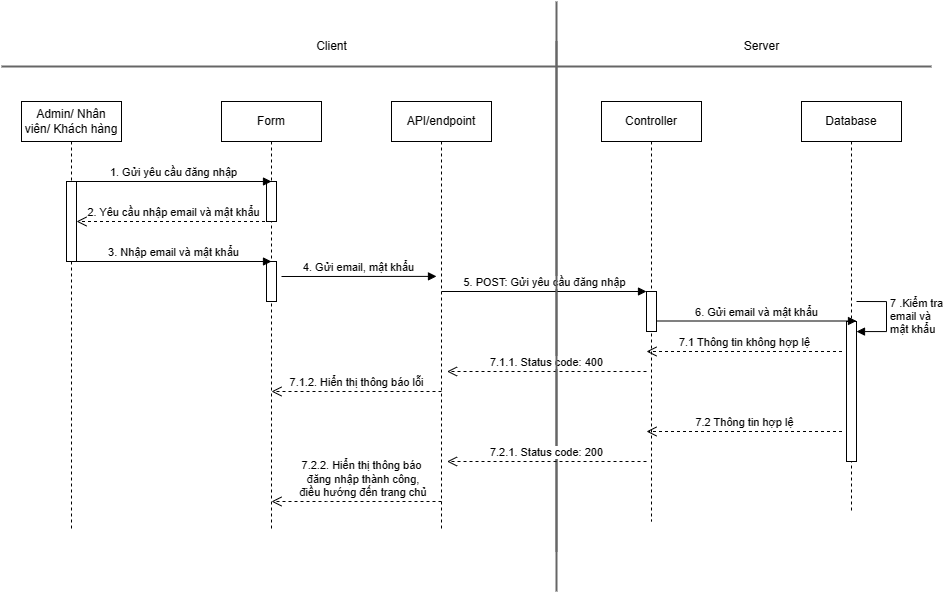
This is SD/imgs/SD_DANGNHAP.drawio.png from hieuNV0871/da, a draw.io export, as it was before one commit. Source tidied: cells renumbered, new cells last; positions are measured from the earlier drawing's top-left corner, leaving out a move shared by most shapes.
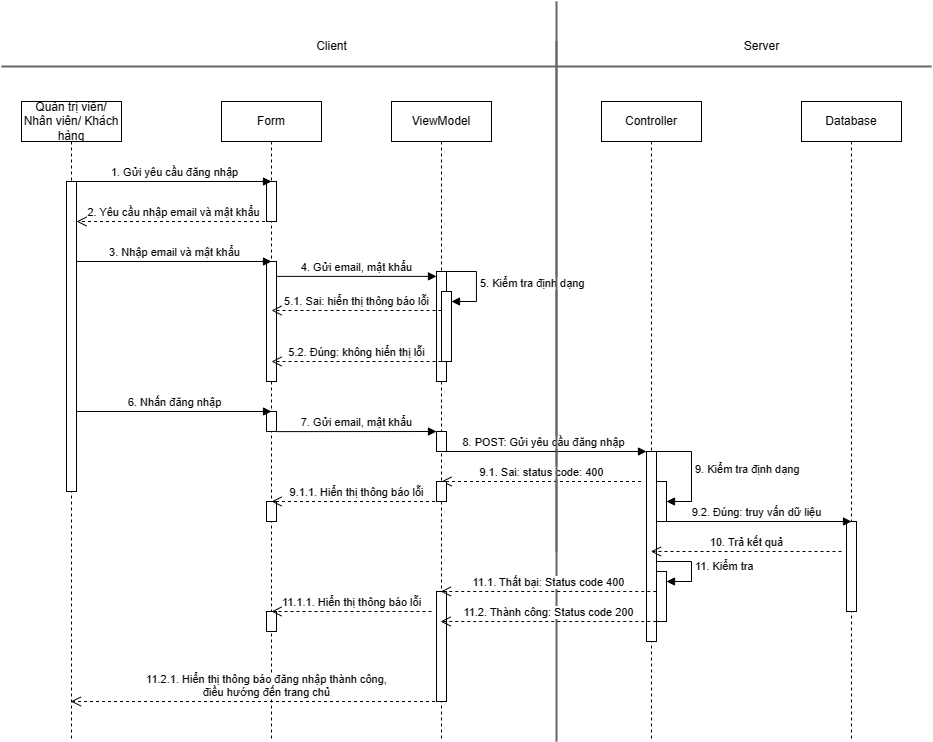
Above is the later version.

Change to the diagram source:
```diff
@@ -5,24 +5,59 @@
     <mxCell id="2" style="line;strokeWidth=2;direction=south;html=1;fillColor=#f5f5f5;fontColor=#333333;strokeColor=#666666;" parent="1" vertex="1">
       <mxGeometry x="550" width="10" height="550" as="geometry" />
     </mxCell>
-    <mxCell id="3" value="Admin/ Nhân viên/ Khách hàng" style="shape=umlLifeline;perimeter=lifelinePerimeter;whiteSpace=wrap;html=1;outlineConnect=0;portConstraint=eastwest;newEdgeStyle={&quot;curved&quot;:0,&quot;rounded&quot;:0};" parent="1" vertex="1">
-      <mxGeometry x="20" y="100" width="100" height="430" as="geometry" />
+    <mxCell id="3" value="Quản trị viên/ Nhân viên/ Khách hàng" style="shape=umlLifeline;perimeter=lifelinePerimeter;whiteSpace=wrap;html=1;outlineConnect=0;portConstraint=eastwest;newEdgeStyle={&quot;curved&quot;:0,&quot;rounded&quot;:0};" parent="1" vertex="1">
+      <mxGeometry x="20" y="100" width="100" height="640" as="geometry" />
     </mxCell>
     <mxCell id="4" style="html=1;points=[[0,0,0,0,5],[0,1,0,0,-5],[1,0,0,0,5],[1,1,0,0,-5]];perimeter=orthogonalPerimeter;outlineConnect=0;targetShapes=umlLifeline;portConstraint=eastwest;newEdgeStyle={&quot;curved&quot;:0,&quot;rounded&quot;:0};" parent="3" vertex="1">
-      <mxGeometry x="45" y="80" width="10" height="80" as="geometry" />
+      <mxGeometry x="45" y="80" width="10" height="310" as="geometry" />
     </mxCell>
     <mxCell id="5" value="Form" style="shape=umlLifeline;perimeter=lifelinePerimeter;whiteSpace=wrap;html=1;outlineConnect=0;portConstraint=eastwest;newEdgeStyle={&quot;curved&quot;:0,&quot;rounded&quot;:0};" parent="1" vertex="1">
-      <mxGeometry x="220" y="100" width="100" height="430" as="geometry" />
+      <mxGeometry x="220" y="100" width="100" height="640" as="geometry" />
     </mxCell>
     <mxCell id="6" style="html=1;perimeter=orthogonalPerimeter;targetShapes=umlLifeline;newEdgeStyle={&quot;curved&quot;:0,&quot;rounded&quot;:0};" parent="5" vertex="1">
       <mxGeometry x="45" y="80" width="10" height="40" as="geometry" />
     </mxCell>
     <mxCell id="7" style="html=1;points=[[0,0,0,0,5],[0,1,0,0,-5],[1,0,0,0,5],[1,1,0,0,-5]];perimeter=orthogonalPerimeter;outlineConnect=0;targetShapes=umlLifeline;portConstraint=eastwest;newEdgeStyle={&quot;curved&quot;:0,&quot;rounded&quot;:0};" parent="5" vertex="1">
-      <mxGeometry x="45" y="160" width="10" height="40" as="geometry" />
+      <mxGeometry x="45" y="160" width="10" height="120" as="geometry" />
     </mxCell>
+    <mxCell id="31" style="html=1;perimeter=orthogonalPerimeter;targetShapes=umlLifeline;newEdgeStyle={&quot;curved&quot;:0,&quot;rounded&quot;:0};" parent="5" vertex="1">
+      <mxGeometry x="45" y="310" width="10" height="20" as="geometry" />
+    </mxCell>
+    <mxCell id="32" style="html=1;perimeter=orthogonalPerimeter;targetShapes=umlLifeline;newEdgeStyle={&quot;curved&quot;:0,&quot;rounded&quot;:0};" parent="5" vertex="1">
+      <mxGeometry x="45" y="400" width="10" height="20" as="geometry" />
+    </mxCell>
+    <mxCell id="33" style="html=1;perimeter=orthogonalPerimeter;targetShapes=umlLifeline;newEdgeStyle={&quot;curved&quot;:0,&quot;rounded&quot;:0};" parent="5" vertex="1">
+      <mxGeometry x="45" y="510" width="10" height="20" as="geometry" />
+    </mxCell>
     <mxCell id="8" value="Controller" style="shape=umlLifeline;perimeter=lifelinePerimeter;whiteSpace=wrap;html=1;outlineConnect=0;portConstraint=eastwest;newEdgeStyle={&quot;curved&quot;:0,&quot;rounded&quot;:0};" parent="1" vertex="1">
-      <mxGeometry x="600" y="100" width="100" height="420" as="geometry" />
+      <mxGeometry x="600" y="100" width="100" height="640" as="geometry" />
     </mxCell>
+    <mxCell id="25" style="html=1;points=[[0,0,0,0,5],[0,1,0,0,-5],[1,0,0,0,5],[1,1,0,0,-5]];perimeter=orthogonalPerimeter;outlineConnect=0;targetShapes=umlLifeline;portConstraint=eastwest;newEdgeStyle={&quot;curved&quot;:0,&quot;rounded&quot;:0};" parent="8" vertex="1">
+      <mxGeometry x="45" y="350" width="10" height="190" as="geometry" />
+    </mxCell>
+    <mxCell id="34" value="9. Kiểm tra định dạng" style="html=1;align=left;spacingLeft=2;endArrow=block;rounded=0;edgeStyle=orthogonalEdgeStyle;curved=0;rounded=0;exitX=0.5;exitY=0;exitDx=0;exitDy=0;exitPerimeter=0;" parent="8" edge="1" source="25" target="35">
+      <mxGeometry relative="1" as="geometry">
+        <Array as="points">
+          <mxPoint x="90" y="350" />
+          <mxPoint x="90" y="400" />
+        </Array>
+      </mxGeometry>
+    </mxCell>
+    <mxCell id="35" style="html=1;points=[[0,0,0,0,5],[0,1,0,0,-5],[1,0,0,0,5],[1,1,0,0,-5]];perimeter=orthogonalPerimeter;outlineConnect=0;targetShapes=umlLifeline;portConstraint=eastwest;newEdgeStyle={&quot;curved&quot;:0,&quot;rounded&quot;:0};" parent="8" vertex="1">
+      <mxGeometry x="55" y="380" width="10" height="40" as="geometry" />
+    </mxCell>
+    <mxCell id="36" style="html=1;points=[[0,0,0,0,5],[0,1,0,0,-5],[1,0,0,0,5],[1,1,0,0,-5]];perimeter=orthogonalPerimeter;outlineConnect=0;targetShapes=umlLifeline;portConstraint=eastwest;newEdgeStyle={&quot;curved&quot;:0,&quot;rounded&quot;:0};" parent="8" vertex="1">
+      <mxGeometry x="55" y="470" width="10" height="50" as="geometry" />
+    </mxCell>
+    <mxCell id="37" value="11. Kiểm tra" style="html=1;align=left;spacingLeft=2;endArrow=block;rounded=0;edgeStyle=orthogonalEdgeStyle;curved=0;rounded=0;" parent="8" edge="1" target="36">
+      <mxGeometry relative="1" as="geometry">
+        <mxPoint x="55" y="460" as="sourcePoint" />
+        <Array as="points">
+          <mxPoint x="90" y="460" />
+          <mxPoint x="90" y="480" />
+        </Array>
+      </mxGeometry>
+    </mxCell>
     <mxCell id="9" value="2. Yêu cầu nhập email và mật khẩu" style="html=1;verticalAlign=bottom;endArrow=open;dashed=1;endSize=8;curved=0;rounded=0;" parent="1" edge="1" source="5" target="4">
       <mxGeometry relative="1" as="geometry">
         <Array as="points">
@@ -41,46 +76,27 @@
         <mxPoint x="270" y="180" as="targetPoint" />
       </mxGeometry>
     </mxCell>
-    <mxCell id="12" value="5. POST: Gửi yêu cầu đăng nhập" style="html=1;verticalAlign=bottom;endArrow=block;curved=0;rounded=0;" parent="1" edge="1">
+    <mxCell id="12" value="8. POST: Gửi yêu cầu đăng nhập" style="html=1;verticalAlign=bottom;endArrow=block;curved=0;rounded=0;" parent="1" edge="1">
       <mxGeometry relative="1" as="geometry">
-        <mxPoint x="440" y="290" as="sourcePoint" />
-        <mxPoint x="645" y="290" as="targetPoint" />
+        <mxPoint x="440" y="450" as="sourcePoint" />
+        <mxPoint x="645" y="450" as="targetPoint" />
       </mxGeometry>
     </mxCell>
-    <mxCell id="13" value="7.1 Thông tin không hợp lệ" style="html=1;verticalAlign=bottom;endArrow=open;dashed=1;endSize=8;curved=0;rounded=0;" parent="1" edge="1">
-      <mxGeometry relative="1" as="geometry">
-        <mxPoint x="840.5" y="350" as="sourcePoint" />
-        <mxPoint x="645" y="350" as="targetPoint" />
-      </mxGeometry>
-    </mxCell>
-    <mxCell id="14" value="7.1.1. Status code: 400" style="html=1;verticalAlign=bottom;endArrow=open;dashed=1;endSize=8;curved=0;rounded=0;" parent="1" edge="1">
+    <mxCell id="14" value="9.1. Sai: status code: 400" style="html=1;verticalAlign=bottom;endArrow=open;dashed=1;endSize=8;curved=0;rounded=0;" parent="1" edge="1">
       <mxGeometry relative="1" as="geometry">
-        <mxPoint x="645" y="370" as="sourcePoint" />
-        <mxPoint x="445.5" y="370" as="targetPoint" />
+        <mxPoint x="639.5" y="480" as="sourcePoint" />
+        <mxPoint x="440" y="480" as="targetPoint" />
         <Array as="points">
-          <mxPoint x="520.5" y="370" />
+          <mxPoint x="515" y="480" />
         </Array>
       </mxGeometry>
     </mxCell>
     <mxCell id="15" value="Database" style="shape=umlLifeline;perimeter=lifelinePerimeter;whiteSpace=wrap;html=1;newEdgeStyle={&quot;curved&quot;:0,&quot;rounded&quot;:0};" parent="1" vertex="1">
-      <mxGeometry x="800" y="100" width="100" height="410" as="geometry" />
+      <mxGeometry x="800" y="100" width="100" height="640" as="geometry" />
     </mxCell>
-    <mxCell id="16" value="7 .Kiểm tra &lt;br&gt;email và&lt;br&gt;mật khẩu" style="html=1;align=left;spacingLeft=2;endArrow=block;rounded=0;edgeStyle=orthogonalEdgeStyle;curved=0;rounded=0;" parent="15" edge="1" target="17">
-      <mxGeometry relative="1" as="geometry">
-        <mxPoint x="55" y="200" as="sourcePoint" />
-        <Array as="points">
-          <mxPoint x="85" y="230" />
-        </Array>
-      </mxGeometry>
-    </mxCell>
-    <mxCell id="17" style="html=1;points=[[0,0,0,0,5],[0,1,0,0,-5],[1,0,0,0,5],[1,1,0,0,-5]];perimeter=orthogonalPerimeter;outlineConnect=0;targetShapes=umlLifeline;portConstraint=eastwest;newEdgeStyle={&quot;curved&quot;:0,&quot;rounded&quot;:0};" parent="15" vertex="1">
-      <mxGeometry x="45" y="220" width="10" height="140" as="geometry" />
-    </mxCell>
-    <mxCell id="18" value="6. Gửi email và mật khẩu" style="html=1;verticalAlign=bottom;endArrow=block;curved=0;rounded=0;" parent="1" edge="1" source="25">
-      <mxGeometry relative="1" as="geometry">
-        <mxPoint x="855" y="319.5" as="targetPoint" />
-      </mxGeometry>
-    </mxCell>
+    <mxCell id="38" style="html=1;perimeter=orthogonalPerimeter;targetShapes=umlLifeline;newEdgeStyle={&quot;curved&quot;:0,&quot;rounded&quot;:0};" parent="15" vertex="1">
+      <mxGeometry x="45" y="420" width="10" height="90" as="geometry" />
+    </mxCell>
     <mxCell id="19" style="line;strokeWidth=2;html=1;fillColor=#f5f5f5;fontColor=#333333;strokeColor=#666666;" parent="1" vertex="1">
       <mxGeometry y="60" width="930" height="10" as="geometry" />
     </mxCell>
@@ -90,58 +106,109 @@
     <mxCell id="21" value="Client" style="text;html=1;align=center;verticalAlign=middle;strokeColor=none;fillColor=none;" parent="1" vertex="1">
       <mxGeometry x="305" y="30" width="50" height="30" as="geometry" />
     </mxCell>
-    <mxCell id="22" value="API/endpoint" style="shape=umlLifeline;perimeter=lifelinePerimeter;whiteSpace=wrap;html=1;outlineConnect=0;portConstraint=eastwest;newEdgeStyle={&quot;curved&quot;:0,&quot;rounded&quot;:0};" parent="1" vertex="1">
-      <mxGeometry x="390" y="100" width="100" height="430" as="geometry" />
+    <mxCell id="22" value="ViewModel" style="shape=umlLifeline;perimeter=lifelinePerimeter;whiteSpace=wrap;html=1;outlineConnect=0;portConstraint=eastwest;newEdgeStyle={&quot;curved&quot;:0,&quot;rounded&quot;:0};" parent="1" vertex="1">
+      <mxGeometry x="390" y="100" width="100" height="640" as="geometry" />
     </mxCell>
+    <mxCell id="39" style="html=1;perimeter=orthogonalPerimeter;targetShapes=umlLifeline;newEdgeStyle={&quot;curved&quot;:0,&quot;rounded&quot;:0};" parent="22" vertex="1">
+      <mxGeometry x="45" y="170" width="10" height="110" as="geometry" />
+    </mxCell>
+    <mxCell id="40" value="5. Kiểm tra định dạng" style="html=1;align=left;spacingLeft=2;endArrow=block;rounded=0;edgeStyle=orthogonalEdgeStyle;curved=0;rounded=0;" parent="22" edge="1" target="41">
+      <mxGeometry relative="1" as="geometry">
+        <mxPoint x="55" y="170" as="sourcePoint" />
+        <Array as="points">
+          <mxPoint x="85" y="200" />
+        </Array>
+      </mxGeometry>
+    </mxCell>
+    <mxCell id="41" style="html=1;points=[[0,0,0,0,5],[0,1,0,0,-5],[1,0,0,0,5],[1,1,0,0,-5]];perimeter=orthogonalPerimeter;outlineConnect=0;targetShapes=umlLifeline;portConstraint=eastwest;newEdgeStyle={&quot;curved&quot;:0,&quot;rounded&quot;:0};" parent="22" vertex="1">
+      <mxGeometry x="50" y="190" width="10" height="70" as="geometry" />
+    </mxCell>
+    <mxCell id="42" style="html=1;perimeter=orthogonalPerimeter;targetShapes=umlLifeline;newEdgeStyle={&quot;curved&quot;:0,&quot;rounded&quot;:0};" parent="22" vertex="1">
+      <mxGeometry x="45" y="330" width="10" height="20" as="geometry" />
+    </mxCell>
+    <mxCell id="43" style="html=1;perimeter=orthogonalPerimeter;targetShapes=umlLifeline;newEdgeStyle={&quot;curved&quot;:0,&quot;rounded&quot;:0};" parent="22" vertex="1">
+      <mxGeometry x="45" y="380" width="10" height="20" as="geometry" />
+    </mxCell>
+    <mxCell id="44" style="html=1;perimeter=orthogonalPerimeter;targetShapes=umlLifeline;newEdgeStyle={&quot;curved&quot;:0,&quot;rounded&quot;:0};" parent="22" vertex="1">
+      <mxGeometry x="45" y="490" width="10" height="110" as="geometry" />
+    </mxCell>
-    <mxCell id="23" value="4. Gửi email, mật khẩu" style="html=1;verticalAlign=bottom;endArrow=block;curved=0;rounded=0;" parent="1" edge="1">
+    <mxCell id="23" value="4. Gửi email, mật khẩu" style="html=1;verticalAlign=bottom;endArrow=block;curved=0;rounded=0;" parent="1" edge="1" source="7">
       <mxGeometry relative="1" as="geometry">
-        <mxPoint x="280" y="275" as="sourcePoint" />
         <mxPoint x="435" y="274.9" as="targetPoint" />
       </mxGeometry>
     </mxCell>
-    <mxCell id="24" style="html=1;verticalAlign=bottom;endArrow=block;curved=0;rounded=0;" parent="1" edge="1" target="25">
-      <mxGeometry relative="1" as="geometry">
-        <mxPoint x="650" y="319.5" as="sourcePoint" />
-      </mxGeometry>
-    </mxCell>
-    <mxCell id="25" style="html=1;points=[[0,0,0,0,5],[0,1,0,0,-5],[1,0,0,0,5],[1,1,0,0,-5]];perimeter=orthogonalPerimeter;outlineConnect=0;targetShapes=umlLifeline;portConstraint=eastwest;newEdgeStyle={&quot;curved&quot;:0,&quot;rounded&quot;:0};" parent="1" vertex="1">
-      <mxGeometry x="645" y="290" width="10" height="40" as="geometry" />
-    </mxCell>
     <mxCell id="26" style="line;strokeWidth=2;direction=south;html=1;fillColor=#f5f5f5;fontColor=#333333;strokeColor=#666666;" parent="1" vertex="1">
-      <mxGeometry x="550" y="40" width="10" height="550" as="geometry" />
+      <mxGeometry x="550" y="40" width="10" height="700" as="geometry" />
     </mxCell>
-    <mxCell id="27" value="7.2 Thông tin hợp lệ" style="html=1;verticalAlign=bottom;endArrow=open;dashed=1;endSize=8;curved=0;rounded=0;" parent="1" edge="1">
-      <mxGeometry relative="1" as="geometry">
-        <mxPoint x="840.5" y="430" as="sourcePoint" />
-        <mxPoint x="645" y="430" as="targetPoint" />
-      </mxGeometry>
-    </mxCell>
-    <mxCell id="28" value="7.2.1. Status code: 200" style="html=1;verticalAlign=bottom;endArrow=open;dashed=1;endSize=8;curved=0;rounded=0;" parent="1" edge="1">
-      <mxGeometry relative="1" as="geometry">
-        <mxPoint x="645" y="460" as="sourcePoint" />
-        <mxPoint x="445.5" y="460" as="targetPoint" />
-        <Array as="points">
-          <mxPoint x="520.5" y="460" />
-        </Array>
-      </mxGeometry>
-    </mxCell>
-    <mxCell id="29" value="7.1.2. Hiển thị thông báo lỗi" style="html=1;verticalAlign=bottom;endArrow=open;dashed=1;endSize=8;curved=0;rounded=0;" parent="1" edge="1">
-      <mxGeometry relative="1" as="geometry">
-        <mxPoint x="440" y="390" as="sourcePoint" />
-        <mxPoint x="270" y="390" as="targetPoint" />
-        <Array as="points">
-          <mxPoint x="325" y="390" />
-        </Array>
-      </mxGeometry>
-    </mxCell>
-    <mxCell id="30" value="7.2.2. Hiển thị thông báo&lt;br&gt;&amp;nbsp;đăng nhập thành công,&lt;br&gt;&amp;nbsp;điều hướng đến trang chủ" style="html=1;verticalAlign=bottom;endArrow=open;dashed=1;endSize=8;curved=0;rounded=0;" parent="1" edge="1">
+    <mxCell id="30" value="11.2.1. Hiển thị thông báo đăng nhập thành công,&lt;br&gt;điều hướng đến trang chủ" style="html=1;verticalAlign=bottom;endArrow=open;dashed=1;endSize=8;curved=0;rounded=0;" parent="1" edge="1" source="22" target="3">
       <mxGeometry x="-0.06" relative="1" as="geometry">
-        <mxPoint x="440" y="500" as="sourcePoint" />
-        <mxPoint x="270" y="500" as="targetPoint" />
         <Array as="points">
-          <mxPoint x="325" y="500" />
+          <mxPoint x="297.5" y="700" />
         </Array>
       </mxGeometry>
     </mxCell>
+    <mxCell id="45" value="5.1. Sai: hiển thị thông báo lỗi" style="html=1;verticalAlign=bottom;endArrow=open;dashed=1;endSize=8;curved=0;rounded=0;" parent="1" edge="1" source="41">
+      <mxGeometry relative="1" as="geometry">
+        <mxPoint x="270" y="309" as="targetPoint" />
+      </mxGeometry>
+    </mxCell>
+    <mxCell id="46" value="5.2. Đúng: không hiển thị lỗi" style="html=1;verticalAlign=bottom;endArrow=open;dashed=1;endSize=8;curved=0;rounded=0;" parent="1" edge="1">
+      <mxGeometry relative="1" as="geometry">
+        <mxPoint x="440" y="360" as="sourcePoint" />
+        <mxPoint x="270" y="360" as="targetPoint" />
+      </mxGeometry>
+    </mxCell>
+    <mxCell id="47" value="6. Nhấn đăng nhập" style="html=1;verticalAlign=bottom;endArrow=block;curved=0;rounded=0;" parent="1" edge="1">
+      <mxGeometry relative="1" as="geometry">
+        <mxPoint x="75" y="410" as="sourcePoint" />
+        <mxPoint x="270" y="410" as="targetPoint" />
+      </mxGeometry>
+    </mxCell>
+    <mxCell id="48" value="7. Gửi email, mật khẩu" style="html=1;verticalAlign=bottom;endArrow=block;curved=0;rounded=0;" parent="1" edge="1">
+      <mxGeometry relative="1" as="geometry">
+        <mxPoint x="275" y="430.1" as="sourcePoint" />
+        <mxPoint x="435" y="430" as="targetPoint" />
+      </mxGeometry>
+    </mxCell>
+    <mxCell id="49" value="9.1.1. Hiển thị thông báo lỗi" style="html=1;verticalAlign=bottom;endArrow=open;dashed=1;endSize=8;curved=0;rounded=0;" parent="1" edge="1">
+      <mxGeometry relative="1" as="geometry">
+        <mxPoint x="439.5" y="500" as="sourcePoint" />
+        <mxPoint x="270" y="500" as="targetPoint" />
+        <Array as="points">
+          <mxPoint x="315" y="500" />
+        </Array>
+      </mxGeometry>
+    </mxCell>
+    <mxCell id="50" value="9.2. Đúng: truy vấn dữ liệu" style="html=1;verticalAlign=bottom;endArrow=block;curved=0;rounded=0;" parent="1" edge="1">
+      <mxGeometry relative="1" as="geometry">
+        <mxPoint x="660" y="520" as="sourcePoint" />
+        <mxPoint x="850" y="520" as="targetPoint" />
+      </mxGeometry>
+    </mxCell>
+    <mxCell id="51" value="10. Trả kết quả" style="html=1;verticalAlign=bottom;endArrow=open;dashed=1;endSize=8;curved=0;rounded=0;" parent="1" edge="1" target="8">
+      <mxGeometry relative="1" as="geometry">
+        <mxPoint x="840" y="550" as="sourcePoint" />
+      </mxGeometry>
+    </mxCell>
+    <mxCell id="52" value="11.1. Thất bại: Status code 400" style="html=1;verticalAlign=bottom;endArrow=open;dashed=1;endSize=8;curved=0;rounded=0;" parent="1" edge="1" target="22">
+      <mxGeometry relative="1" as="geometry">
+        <mxPoint x="654.8" y="590" as="sourcePoint" />
+      </mxGeometry>
+    </mxCell>
+    <mxCell id="53" value="11.2. Thành công: Status code 200" style="html=1;verticalAlign=bottom;endArrow=open;dashed=1;endSize=8;curved=0;rounded=0;" parent="1" edge="1">
+      <mxGeometry relative="1" as="geometry">
+        <mxPoint x="654.8" y="620" as="sourcePoint" />
+        <mxPoint x="439" y="620" as="targetPoint" />
+      </mxGeometry>
+    </mxCell>
+    <mxCell id="54" value="11.1.1. Hiển thị thông báo lỗi" style="html=1;verticalAlign=bottom;endArrow=open;dashed=1;endSize=8;curved=0;rounded=0;" parent="1" edge="1">
+      <mxGeometry relative="1" as="geometry">
+        <mxPoint x="430" y="610" as="sourcePoint" />
+        <mxPoint x="270" y="610" as="targetPoint" />
+        <Array as="points">
+          <mxPoint x="305" y="610" />
+        </Array>
+      </mxGeometry>
+    </mxCell>
   </root>
 </mxGraphModel>
```
